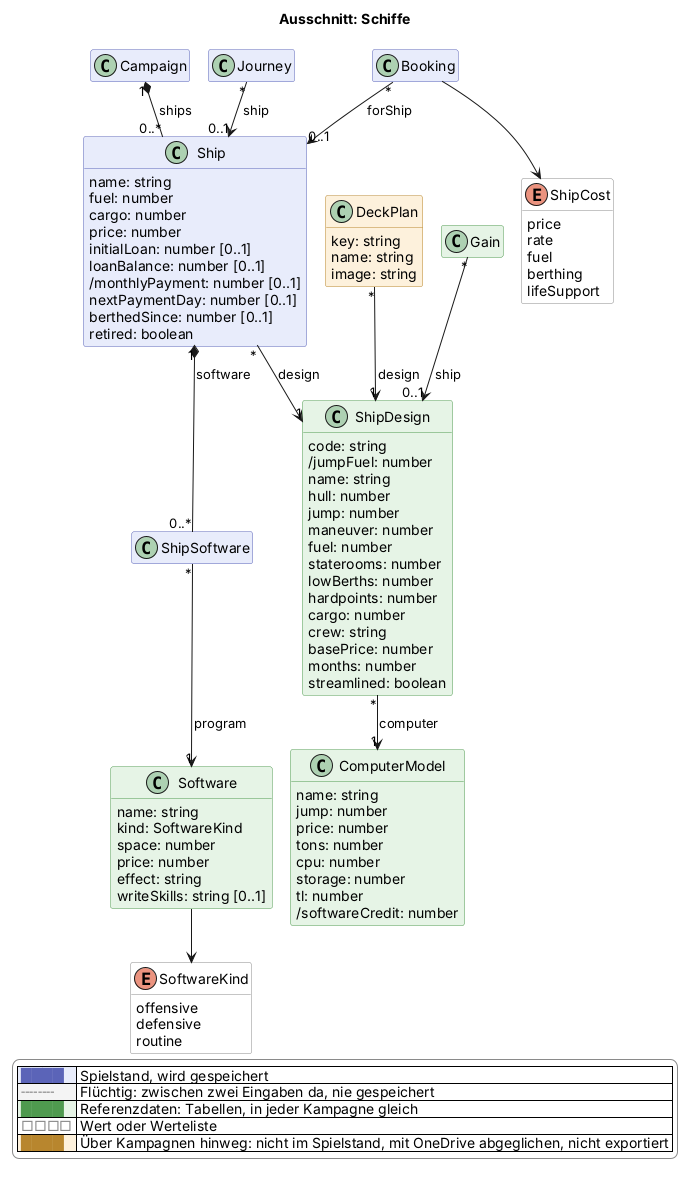
The PlantUML diagram docs/views/schiffe.png in scuzzar/SRE, before a commit.
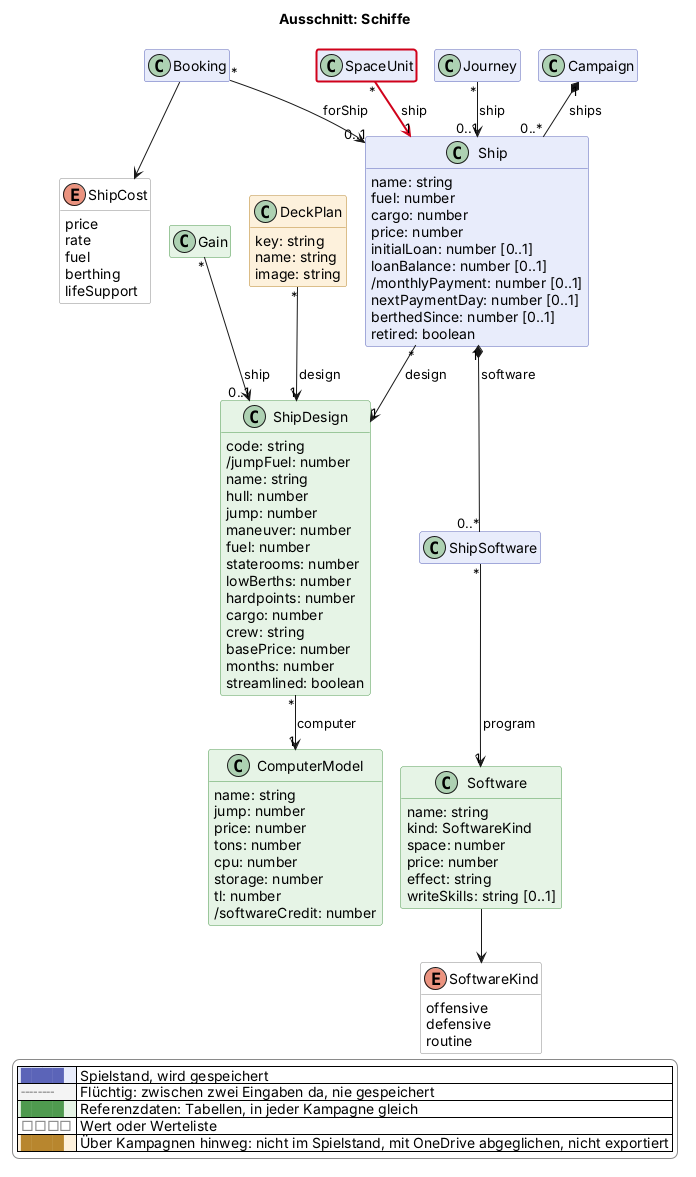
The same file after the commit.

Diff of the diagram source:
```diff
@@ -139,6 +139,8 @@
     image: string
   }
 
+  class SpaceUnit $raum $newClass("2026-11-18")
+
 
 
 
@@ -155,6 +157,8 @@
 Software --> SoftwareKind
 ShipDesign "*" --> "1" ComputerModel : computer
 Booking "*" --> "0..1" Ship : forShip
+
+SpaceUnit "*" -$newArrow("2026-11-18")-> "1" Ship : ship
 Gain "*" --> "0..1" ShipDesign : ship
 DeckPlan "*" --> "1" ShipDesign : design
 
```
